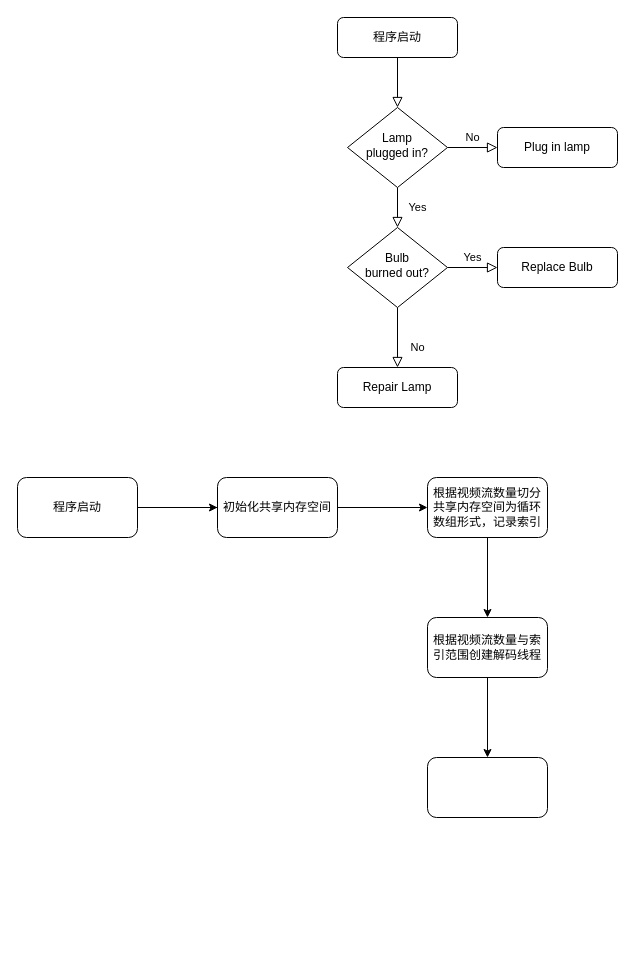
Earlier version of the draw.io diagram ceshi.drawio (SubMarineas/te_learning). Source tidied: cells renumbered, new cells numbered last; positions are measured from the earlier drawing's top-left corner, leaving out a move shared by most shapes. Both pictures are drawn from the tidied source at 100%, with x=0, y=0 at pixel (17, 17).
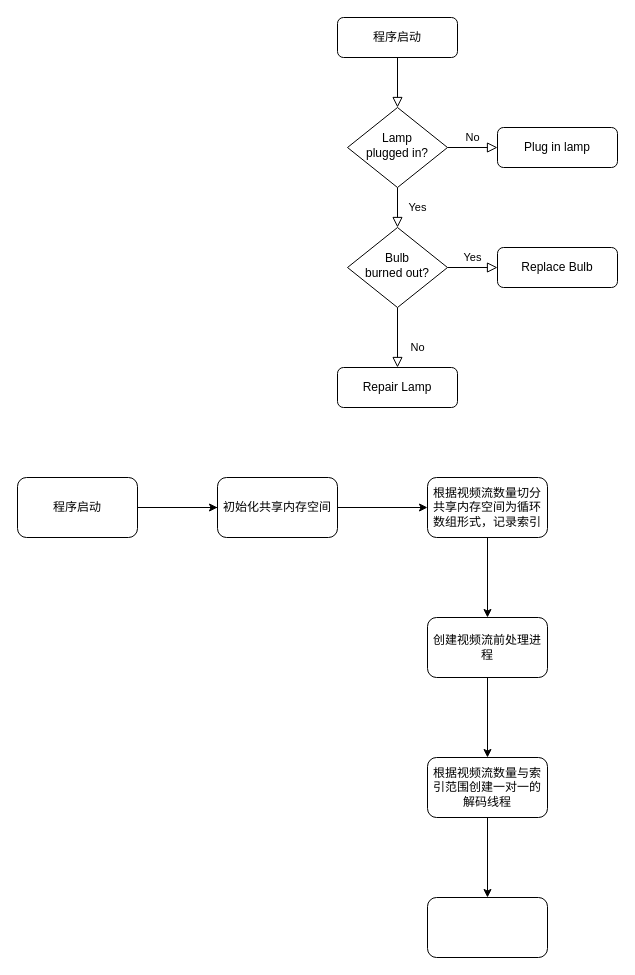
The same diagram, later.

Diff of the diagram source:
```diff
@@
-    <mxCell id="19" value="根据视频流数量与索引范围创建解码线程" style="whiteSpace=wrap;html=1;rounded=1;" parent="1" vertex="1">
+    <mxCell id="19" value="创建视频流前处理进程" style="whiteSpace=wrap;html=1;rounded=1;" parent="1" vertex="1">
       <mxGeometry x="410" y="600" width="120" height="60" as="geometry" />
     </mxCell>
+    <mxCell id="22" style="edgeStyle=orthogonalEdgeStyle;rounded=0;jettySize=auto;html=1;" parent="1" edge="1" source="20" target="23">
+      <mxGeometry relative="1" as="geometry" />
+    </mxCell>
-    <mxCell id="20" style="rounded=1;whiteSpace=wrap;html=1;" parent="1" vertex="1">
+    <mxCell id="20" value="根据视频流数量与索引范围创建一对一的解码线程" style="rounded=1;whiteSpace=wrap;html=1;" parent="1" vertex="1">
       <mxGeometry x="410" y="740" width="120" height="60" as="geometry" />
     </mxCell>
@@
+    <mxCell id="23" style="whiteSpace=wrap;html=1;rounded=1;" parent="1" vertex="1">
+      <mxGeometry x="410" y="880" width="120" height="60" as="geometry" />
+    </mxCell>
```
